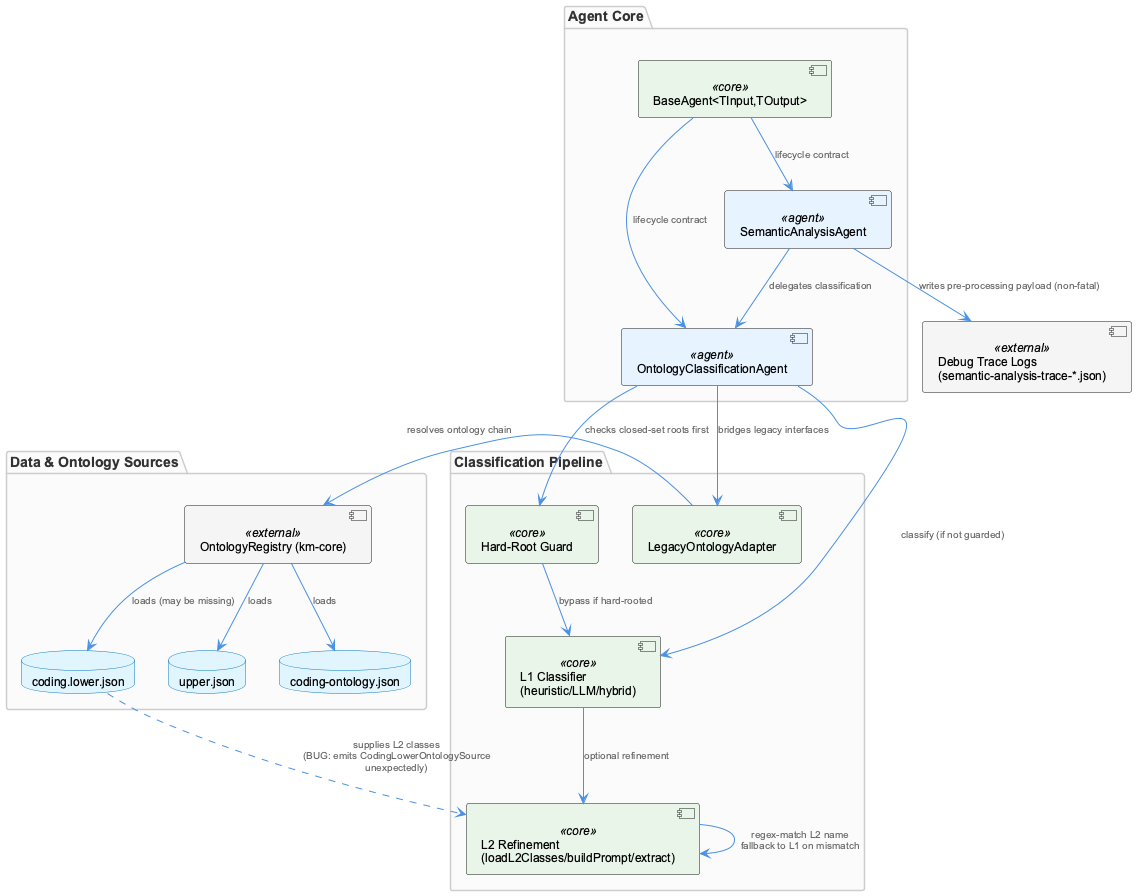
This is knowledge-management/insights/images/semantic-analysis-architecture.png from fwornle/coding, a PlantUML export, as it was before one commit.
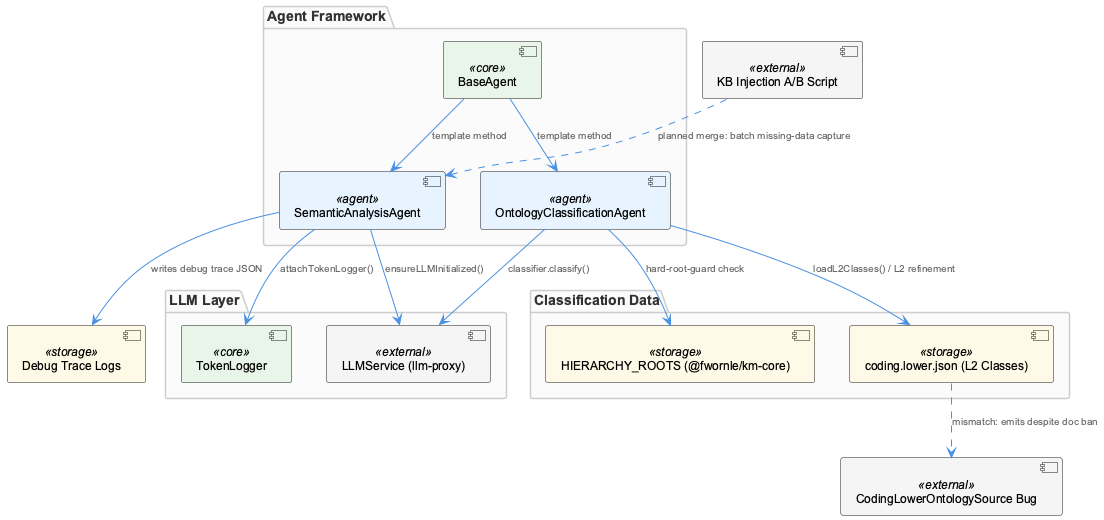
The same diagram one commit later.

What changed in the source:
```diff
@@ -1,46 +1,38 @@
 @startuml
 !include /Users/Q284340/Agentic/coding/docs/puml/_standard-style.puml
 
-package "Agent Core" {
-  component "BaseAgent<TInput,TOutput>" as base <<core>>
+package "Agent Framework" {
+  component "BaseAgent" as base <<core>>
   component "SemanticAnalysisAgent" as sem <<agent>>
   component "OntologyClassificationAgent" as onto <<agent>>
 }
 
-package "Classification Pipeline" {
-  component "L1 Classifier\n(heuristic/LLM/hybrid)" as l1 <<core>>
-  component "Hard-Root Guard" as guard <<core>>
-  component "L2 Refinement\n(loadL2Classes/buildPrompt/extract)" as l2 <<core>>
-  component "LegacyOntologyAdapter" as adapter <<core>>
+package "LLM Layer" {
+  component "LLMService (llm-proxy)" as llm <<external>>
+  component "TokenLogger" as tokenlog <<core>>
 }
 
-package "Data & Ontology Sources" {
-  database "upper.json" as upper
-  database "coding-ontology.json" as codingOnt
-  database "coding.lower.json" as codingLower
-  component "OntologyRegistry (km-core)" as registry <<external>>
+package "Classification Data" {
+  component "HIERARCHY_ROOTS (@fwornle/km-core)" as roots <<storage>>
+  component "coding.lower.json (L2 Classes)" as l2json <<storage>>
 }
 
-component "Debug Trace Logs\n(semantic-analysis-trace-*.json)" as trace <<external>>
+component "Debug Trace Logs" as trace <<storage>>
+component "KB Injection A/B Script" as kbscript <<external>>
+component "CodingLowerOntologySource Bug" as bug <<external>>
 
-base --> sem : lifecycle contract
-base --> onto : lifecycle contract
+base --> sem : "template method"
+base --> onto : "template method"
 
-sem --> trace : writes pre-processing payload (non-fatal)
-sem --> onto : delegates classification
+sem --> llm : "ensureLLMInitialized()"
+sem --> tokenlog : "attachTokenLogger()"
+sem --> trace : "writes debug trace JSON"
 
-onto --> guard : checks closed-set roots first
-guard --> l1 : bypass if hard-rooted
-onto --> l1 : classify (if not guarded)
-l1 --> l2 : optional refinement
-l2 --> l2 : regex-match L2 name\nfallback to L1 on mismatch
+onto --> roots : "hard-root-guard check"
+onto --> llm : "classifier.classify()"
+onto --> l2json : "loadL2Classes() / L2 refinement"
+l2json ..> bug : "mismatch: emits despite doc ban"
 
-onto --> adapter : bridges legacy interfaces
-adapter --> registry : resolves ontology chain
-registry --> upper : loads
-registry --> codingOnt : loads
-registry --> codingLower : loads (may be missing)
-
-codingLower ..> l2 : supplies L2 classes\n(BUG: emits CodingLowerOntologySource\nunexpectedly)
+kbscript ..> sem : "planned merge: batch missing-data capture"
 
 @enduml
```
